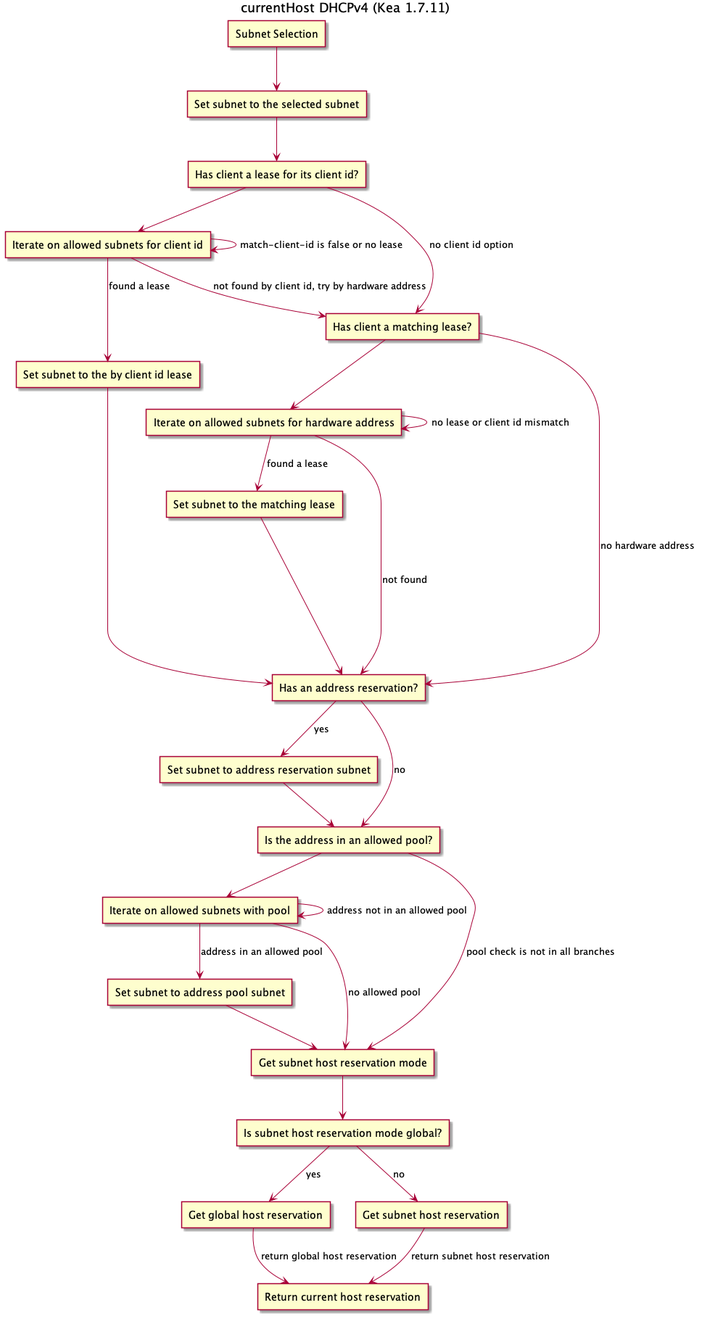
Before: doc/devel/images/currentHost4.png, a diagram exported from PlantUML (isc-projects/kea).
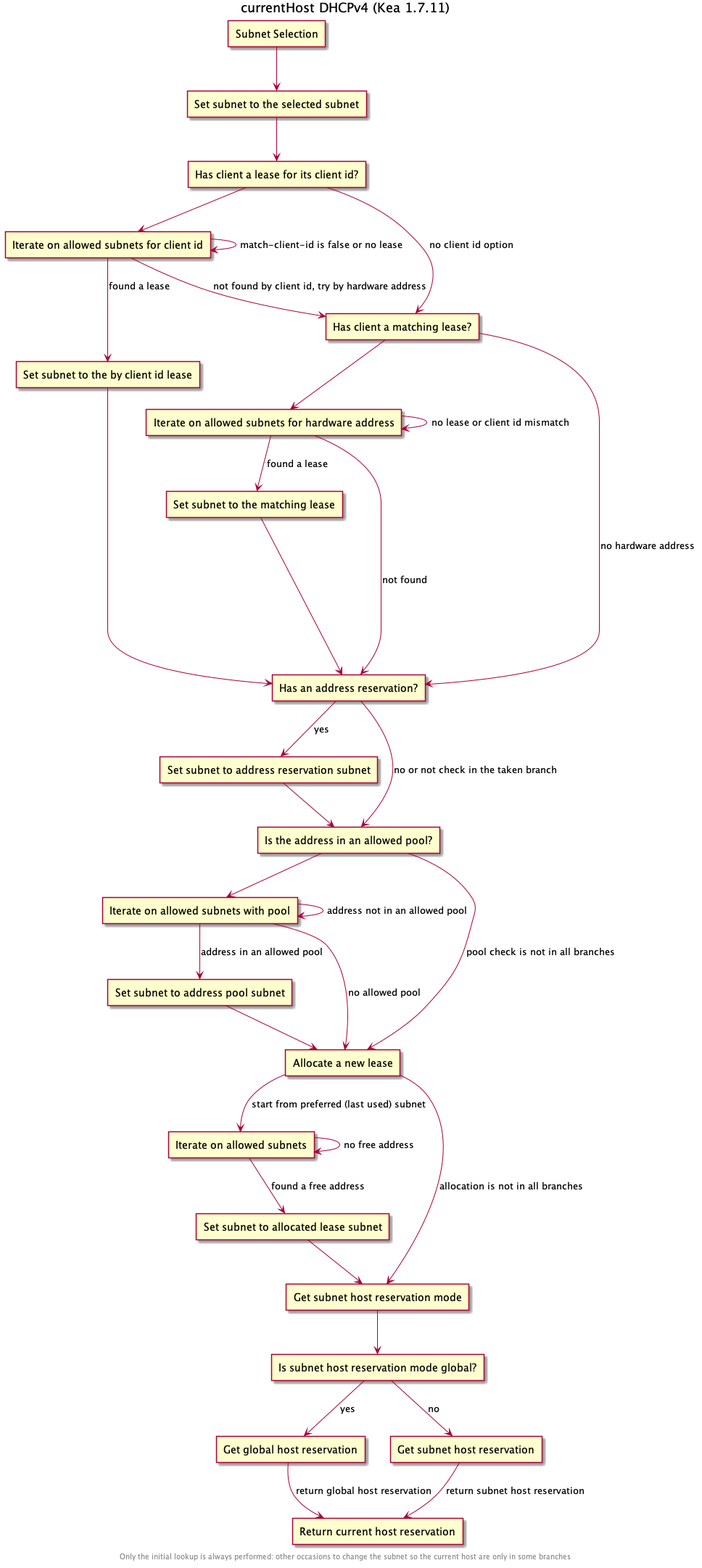
After the change.

Commit message:
[#1329] Added allocating subnet change

Change to the diagram source:
```diff
@@ -28,6 +28,12 @@
 
 agent "Set subnet to address pool subnet" as inAllowedPool
 
+agent "Allocate a new lease" as allocate
+
+agent "Iterate on allowed subnets" as allocate_iterate
+
+agent "Set subnet to allocated lease subnet" as allocated
+
 agent "Get subnet host reservation mode" as getHRmode
 
 agent "Is subnet host reservation mode global?" as checkHRmode
@@ -53,18 +59,25 @@
 found_hwaddr ----> hasAddressReservation
 hwaddr_iterate --> hasAddressReservation : not found
 hasAddressReservation --> setAddressReservation : yes
-hasAddressReservation --> pool : no
+hasAddressReservation --> pool : no or not check in the taken branch
 setAddressReservation --> pool
 pool --> pool_iterate
-pool ---> getHRmode : pool check is not in all branches
+pool ---> allocate : pool check is not in all branches
 pool_iterate -> pool_iterate : address not in an allowed pool
 pool_iterate --> inAllowedPool : address in an allowed pool
-pool_iterate ---> getHRmode : no allowed pool
-inAllowedPool --> getHRmode
+pool_iterate ---> allocate : no allowed pool
+inAllowedPool --> allocate
+allocate --> allocate_iterate : start from preferred (last used) subnet
+allocate ---> getHRmode : allocation is not in all branches
+allocate_iterate -> allocate_iterate : no free address
+allocate_iterate --> allocated : found a free address
+allocated --> getHRmode
 getHRmode --> checkHRmode
 checkHRmode --> global : yes
 checkHRmode --> bySubnet : no
 global --> return : return global host reservation
 bySubnet --> return : return subnet host reservation
 
+footer Only the initial lookup is always performed: other occasions to change the subnet so the current host are only in some branches
+
 @enduml
```
